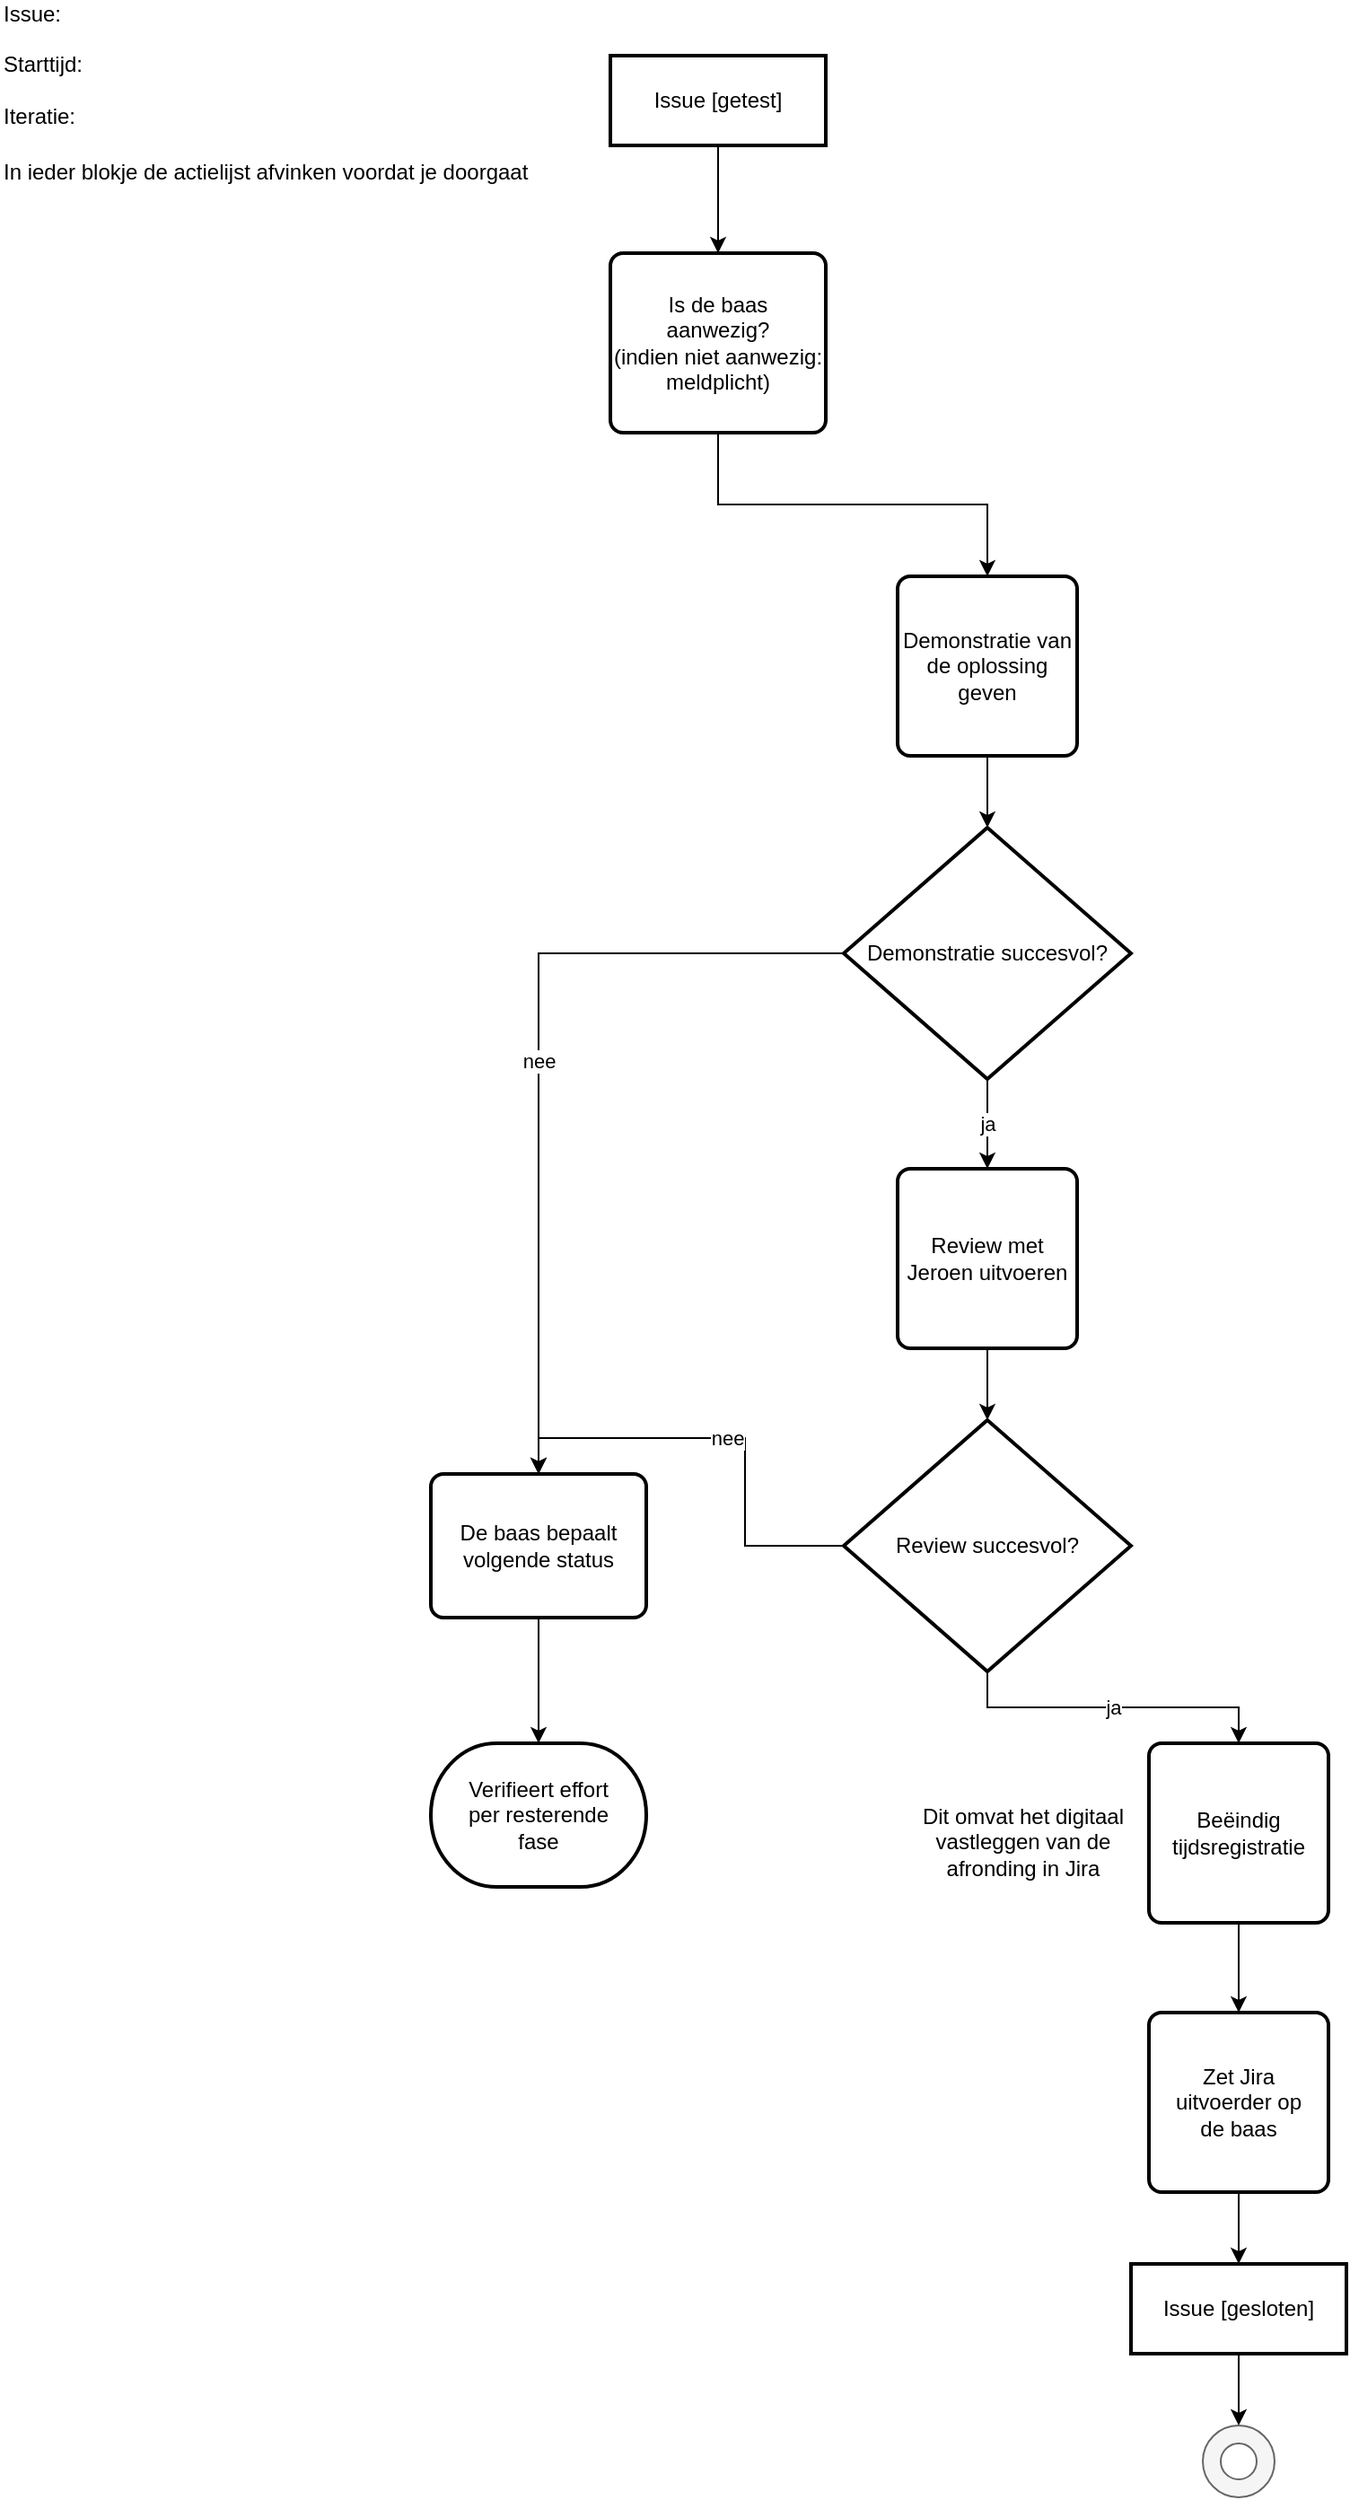
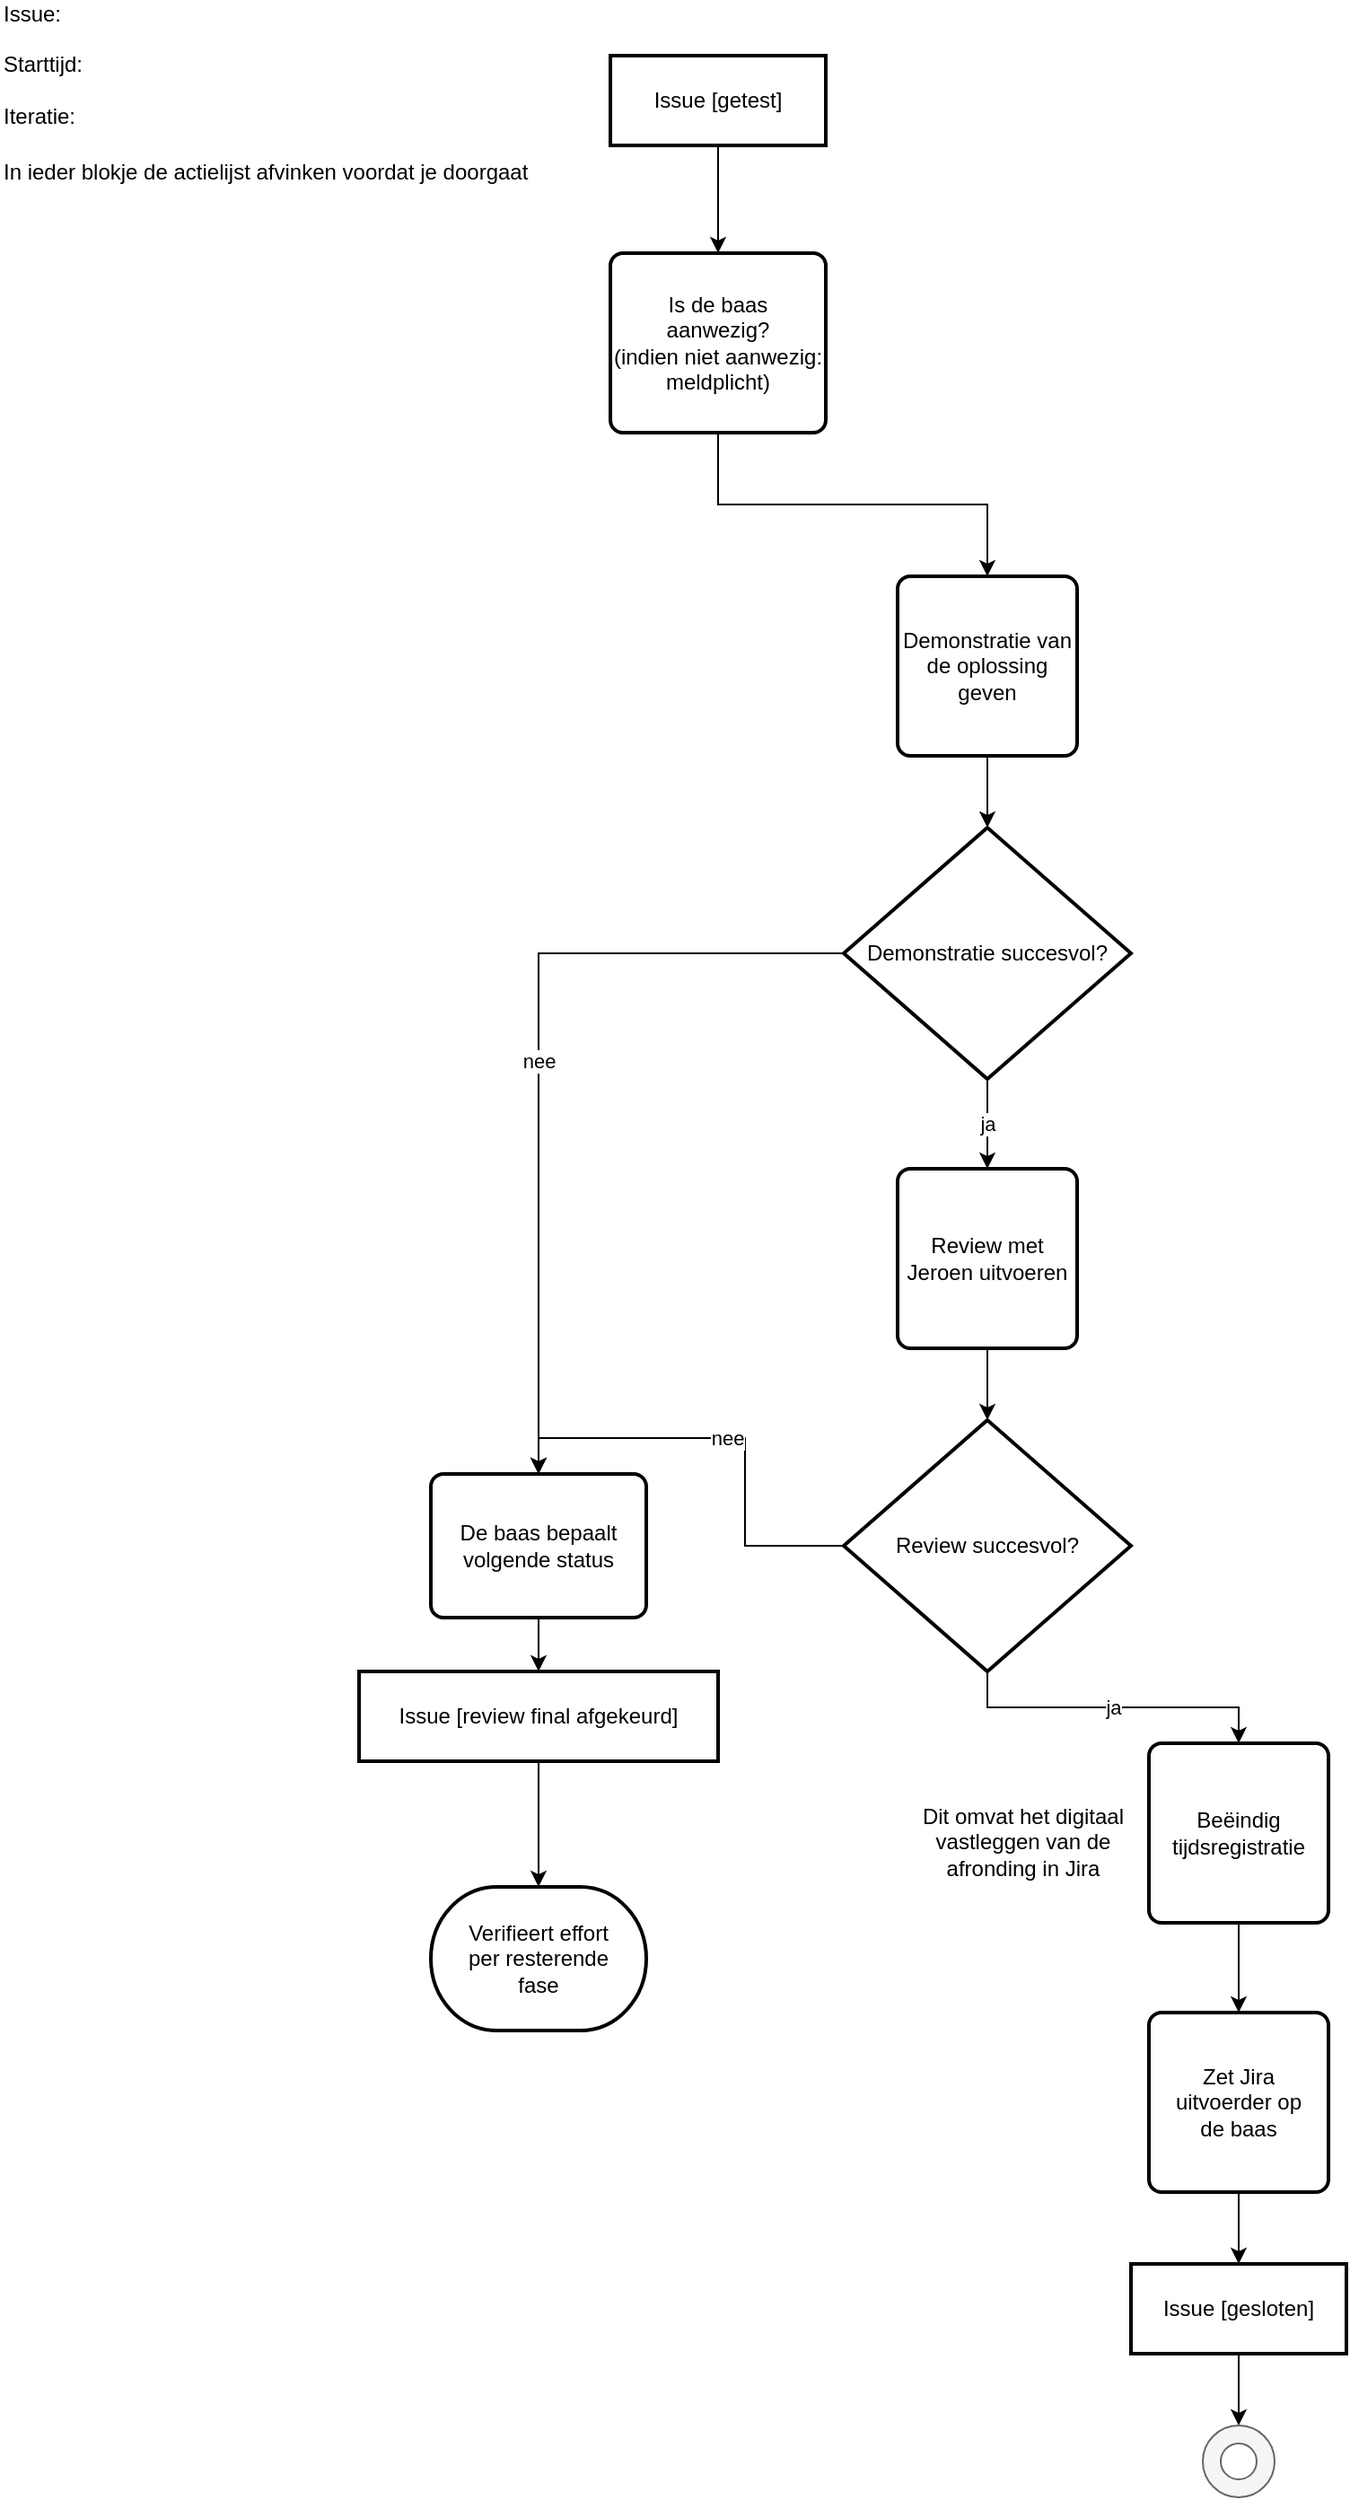
<mxfile host="Electron" agent="Mozilla/5.0 (Windows NT 10.0; Win64; x64) AppleWebKit/537.36 (KHTML, like Gecko) Chrome/143.0.0.0 Safari/537.36">
  <diagram name="Page-1" id="OA8Psgw5BU6XrezAwxYp">
    <mxGraphModel dx="1420" dy="970" grid="1" gridSize="10" guides="1" tooltips="1" connect="1" arrows="1" fold="1" page="1" pageScale="1" pageWidth="827" pageHeight="1169" math="0" shadow="0">
      <root>
        <mxCell id="0" />
        <mxCell id="1" parent="0" />
        <mxCell id="mpQzUtWff58q1bPTKcpG-1" edge="1" parent="1" source="mpQzUtWff58q1bPTKcpG-2" style="edgeStyle=orthogonalEdgeStyle;rounded=0;orthogonalLoop=1;jettySize=auto;html=1;entryX=0.5;entryY=0;entryDx=0;entryDy=0;" target="mpQzUtWff58q1bPTKcpG-4" value="">
          <mxGeometry relative="1" as="geometry" />
        </mxCell>
        <object label="Issue [getest]" Action="1001" id="mpQzUtWff58q1bPTKcpG-2">
          <mxCell parent="1" style="rounded=0;whiteSpace=wrap;html=1;strokeWidth=2;" vertex="1">
            <mxGeometry height="50" width="120" x="350" y="40" as="geometry" />
          </mxCell>
        </object>
        <mxCell id="mpQzUtWff58q1bPTKcpG-3" edge="1" parent="1" source="mpQzUtWff58q1bPTKcpG-4" style="edgeStyle=orthogonalEdgeStyle;rounded=0;orthogonalLoop=1;jettySize=auto;html=1;exitX=0.5;exitY=1;exitDx=0;exitDy=0;entryX=0.5;entryY=0;entryDx=0;entryDy=0;" target="mpQzUtWff58q1bPTKcpG-18">
          <mxGeometry relative="1" as="geometry" />
        </mxCell>
        <object label="Is de baas&lt;br&gt;aanwezig?&lt;br&gt;(indien niet aanwezig:&lt;br&gt;meldplicht)" Action="1002" id="mpQzUtWff58q1bPTKcpG-4">
          <mxCell parent="1" style="rounded=1;whiteSpace=wrap;html=1;absoluteArcSize=1;arcSize=14;strokeWidth=2;" vertex="1">
            <mxGeometry height="100" width="120" x="350" y="150" as="geometry" />
          </mxCell>
        </object>
        <mxCell id="edge_demo_to_demo_success" edge="1" parent="1" source="mpQzUtWff58q1bPTKcpG-18" style="edgeStyle=orthogonalEdgeStyle;rounded=0;orthogonalLoop=1;jettySize=auto;html=1;exitX=0.5;exitY=1;exitDx=0;exitDy=0;entryX=0.5;entryY=0;entryDx=0;entryDy=0;" target="node_demo_succesvol">
          <mxGeometry relative="1" as="geometry" />
        </mxCell>
        <object label="Demonstratie van de oplossing geven" Action="1004" id="mpQzUtWff58q1bPTKcpG-18">
          <mxCell parent="1" style="rounded=1;whiteSpace=wrap;html=1;absoluteArcSize=1;arcSize=14;strokeWidth=2;" vertex="1">
            <mxGeometry height="100" width="100" x="510" y="330" as="geometry" />
          </mxCell>
        </object>
        <mxCell id="edge_demo_success_ja" edge="1" parent="1" source="node_demo_succesvol" style="edgeStyle=orthogonalEdgeStyle;rounded=0;orthogonalLoop=1;jettySize=auto;html=1;exitX=0.5;exitY=1;exitDx=0;exitDy=0;entryX=0.5;entryY=0;entryDx=0;entryDy=0;" target="mpQzUtWff58q1bPTKcpG-28" value="ja">
          <mxGeometry relative="1" as="geometry" />
        </mxCell>
        <mxCell id="edge_demo_success_nee" edge="1" parent="1" source="node_demo_succesvol" style="edgeStyle=orthogonalEdgeStyle;rounded=0;orthogonalLoop=1;jettySize=auto;html=1;exitX=0;exitY=0.5;exitDx=0;exitDy=0;entryX=0.5;entryY=0;entryDx=0;entryDy=0;" target="mpQzUtWff58q1bPTKcpG-14" value="nee">
          <mxGeometry relative="1" as="geometry" />
        </mxCell>
        <object label="Demonstratie succesvol?" Action="1009" id="node_demo_succesvol">
          <mxCell parent="1" style="strokeWidth=2;html=1;shape=mxgraph.flowchart.decision;whiteSpace=wrap;" vertex="1">
            <mxGeometry height="140" width="160" x="480" y="470" as="geometry" />
          </mxCell>
        </object>
        <mxCell id="edge_review_to_review_success" edge="1" parent="1" source="mpQzUtWff58q1bPTKcpG-28" style="edgeStyle=orthogonalEdgeStyle;rounded=0;orthogonalLoop=1;jettySize=auto;html=1;exitX=0.5;exitY=1;exitDx=0;exitDy=0;entryX=0.5;entryY=0;entryDx=0;entryDy=0;" target="node_review_succesvol">
          <mxGeometry relative="1" as="geometry" />
        </mxCell>
        <object label="Review met Jeroen uitvoeren" Action="1005" id="mpQzUtWff58q1bPTKcpG-28">
          <mxCell parent="1" style="rounded=1;whiteSpace=wrap;html=1;absoluteArcSize=1;arcSize=14;strokeWidth=2;" vertex="1">
            <mxGeometry height="100" width="100" x="510" y="660" as="geometry" />
          </mxCell>
        </object>
        <mxCell id="edge_review_success_ja" edge="1" parent="1" source="node_review_succesvol" style="edgeStyle=orthogonalEdgeStyle;rounded=0;orthogonalLoop=1;jettySize=auto;html=1;exitX=0.5;exitY=1;exitDx=0;exitDy=0;entryX=0.5;entryY=0;entryDx=0;entryDy=0;" target="mpQzUtWff58q1bPTKcpG-20" value="ja">
          <mxGeometry relative="1" as="geometry" />
        </mxCell>
        <mxCell id="edge_review_success_nee" edge="1" parent="1" source="node_review_succesvol" style="edgeStyle=orthogonalEdgeStyle;rounded=0;orthogonalLoop=1;jettySize=auto;html=1;exitX=0;exitY=0.5;exitDx=0;exitDy=0;entryX=0.5;entryY=0;entryDx=0;entryDy=0;" target="mpQzUtWff58q1bPTKcpG-14" value="nee">
          <mxGeometry relative="1" as="geometry" />
        </mxCell>
        <object label="Review succesvol?" Action="1010" id="node_review_succesvol">
          <mxCell parent="1" style="strokeWidth=2;html=1;shape=mxgraph.flowchart.decision;whiteSpace=wrap;" vertex="1">
            <mxGeometry height="140" width="160" x="480" y="800" as="geometry" />
          </mxCell>
        </object>
        <mxCell id="mpQzUtWff58q1bPTKcpG-19" edge="1" parent="1" source="mpQzUtWff58q1bPTKcpG-20" style="edgeStyle=orthogonalEdgeStyle;rounded=0;orthogonalLoop=1;jettySize=auto;html=1;" target="mpQzUtWff58q1bPTKcpG-22" value="">
          <mxGeometry relative="1" as="geometry" />
        </mxCell>
        <object label="Beëindig&lt;br&gt;tijdsregistratie" Action="1007T" id="mpQzUtWff58q1bPTKcpG-20">
          <mxCell parent="1" style="rounded=1;whiteSpace=wrap;html=1;absoluteArcSize=1;arcSize=14;strokeWidth=2;" vertex="1">
            <mxGeometry height="100" width="100" x="650" y="980" as="geometry" />
          </mxCell>
        </object>
        <mxCell id="mpQzUtWff58q1bPTKcpG-21" parent="1" style="text;html=1;whiteSpace=wrap;strokeColor=none;fillColor=none;align=center;verticalAlign=middle;rounded=0;" value="Dit omvat het digitaal vastleggen van de afronding in Jira" vertex="1">
          <mxGeometry height="30" width="120" x="520" y="1020" as="geometry" />
        </mxCell>
        <object label="Zet Jira&lt;br&gt;uitvoerder op&lt;br&gt;de baas" Action="1008" id="mpQzUtWff58q1bPTKcpG-22">
          <mxCell parent="1" style="rounded=1;whiteSpace=wrap;html=1;absoluteArcSize=1;arcSize=14;strokeWidth=2;" vertex="1">
            <mxGeometry height="100" width="100" x="650" y="1130" as="geometry" />
          </mxCell>
        </object>
        <mxCell id="mpQzUtWff58q1bPTKcpG-24" edge="1" parent="1" source="mpQzUtWff58q1bPTKcpG-22" style="edgeStyle=orthogonalEdgeStyle;rounded=0;orthogonalLoop=1;jettySize=auto;html=1;exitX=0.5;exitY=1;exitDx=0;exitDy=0;entryX=0.5;entryY=0;entryDx=0;entryDy=0;" target="object_final_gesloten">
          <mxGeometry relative="1" as="geometry" />
        </mxCell>
        <object label="Issue [gesloten]" id="object_final_gesloten">
          <mxCell parent="1" style="rounded=0;whiteSpace=wrap;html=1;strokeWidth=2;" vertex="1">
            <mxGeometry height="50" width="120" x="640" y="1270" as="geometry" />
          </mxCell>
        </object>
        <mxCell id="edge_gesloten_to_final" edge="1" parent="1" source="object_final_gesloten" style="edgeStyle=orthogonalEdgeStyle;rounded=0;orthogonalLoop=1;jettySize=auto;html=1;exitX=0.5;exitY=1;exitDx=0;exitDy=0;entryX=0.5;entryY=0;entryDx=0;entryDy=0;" target="mpQzUtWff58q1bPTKcpG-23" value="">
          <mxGeometry relative="1" as="geometry" />
        </mxCell>
        <mxCell id="mpQzUtWff58q1bPTKcpG-23" parent="1" style="verticalLabelPosition=bottom;verticalAlign=top;html=1;shape=mxgraph.basic.donut;dx=10;fillColor=#f5f5f5;strokeColor=#666666;fontColor=#333333;" value="" vertex="1">
          <mxGeometry height="40" width="40" x="680" y="1360" as="geometry" />
        </mxCell>
        <object label="De baas bepaalt&lt;br&gt;volgende status" Action="1007F" id="mpQzUtWff58q1bPTKcpG-14">
          <mxCell parent="1" style="rounded=1;whiteSpace=wrap;html=1;absoluteArcSize=1;arcSize=14;strokeWidth=2;" vertex="1">
            <mxGeometry height="80" width="120" x="250" y="830" as="geometry" />
          </mxCell>
        </object>
-         <mxCell id="mpQzUtWff58q1bPTKcpG-34" edge="1" parent="1" source="mpQzUtWff58q1bPTKcpG-14" style="edgeStyle=orthogonalEdgeStyle;rounded=0;orthogonalLoop=1;jettySize=auto;html=1;exitX=0.5;exitY=1;exitDx=0;exitDy=0;entryX=0.5;entryY=0;entryDx=0;entryDy=0;" target="mpQzUtWff58q1bPTKcpG-33">
+         <mxCell id="mpQzUtWff58q1bPTKcpG-34" edge="1" parent="1" source="mpQzUtWff58q1bPTKcpG-14" style="edgeStyle=orthogonalEdgeStyle;rounded=0;orthogonalLoop=1;jettySize=auto;html=1;exitX=0.5;exitY=1;exitDx=0;exitDy=0;entryX=0.5;entryY=0;entryDx=0;entryDy=0;" target="object_final_afgekeurd">
+           <mxGeometry relative="1" as="geometry" />
+         </mxCell>
+         <object label="Issue [review final afgekeurd]" id="object_final_afgekeurd">
+           <mxCell parent="1" style="rounded=0;whiteSpace=wrap;html=1;strokeWidth=2;" vertex="1">
+             <mxGeometry height="50" width="200" x="210" y="940" as="geometry" />
+           </mxCell>
+         </object>
+         <mxCell id="edge_afgekeurd_to_verifieert" edge="1" parent="1" source="object_final_afgekeurd" style="edgeStyle=orthogonalEdgeStyle;rounded=0;orthogonalLoop=1;jettySize=auto;html=1;exitX=0.5;exitY=1;exitDx=0;exitDy=0;entryX=0.5;entryY=0;entryDx=0;entryDy=0;" target="mpQzUtWff58q1bPTKcpG-33">
          <mxGeometry relative="1" as="geometry" />
        </mxCell>
        <object label="Verifieert effort&lt;br&gt;per resterende&lt;br&gt;fase" Action="1007G" id="mpQzUtWff58q1bPTKcpG-33">
          <mxCell parent="1" style="strokeWidth=2;html=1;shape=mxgraph.flowchart.terminator;whiteSpace=wrap;" vertex="1">
-             <mxGeometry height="80" width="120" x="250" y="980" as="geometry" />
+             <mxGeometry height="80" width="120" x="250" y="1060" as="geometry" />
          </mxCell>
        </object>
        <mxCell id="mpQzUtWff58q1bPTKcpG-25" parent="1" style="text;html=1;align=left;verticalAlign=middle;whiteSpace=wrap;rounded=0;" value="Issue:&amp;nbsp; &amp;nbsp;&lt;br&gt;&lt;br&gt;Starttijd:&lt;br&gt;&lt;br&gt;Iteratie:&amp;nbsp;" vertex="1">
          <mxGeometry height="30" width="60" x="10" y="30" as="geometry" />
        </mxCell>
        <mxCell id="mpQzUtWff58q1bPTKcpG-26" parent="1" style="text;html=1;whiteSpace=wrap;strokeColor=none;fillColor=none;align=left;verticalAlign=middle;rounded=0;labelPosition=center;verticalLabelPosition=middle;" value="In ieder blokje de actielijst afvinken voordat je doorgaat" vertex="1">
          <mxGeometry height="30" width="300" x="10" y="90" as="geometry" />
        </mxCell>
      </root>
    </mxGraphModel>
  </diagram>
</mxfile>